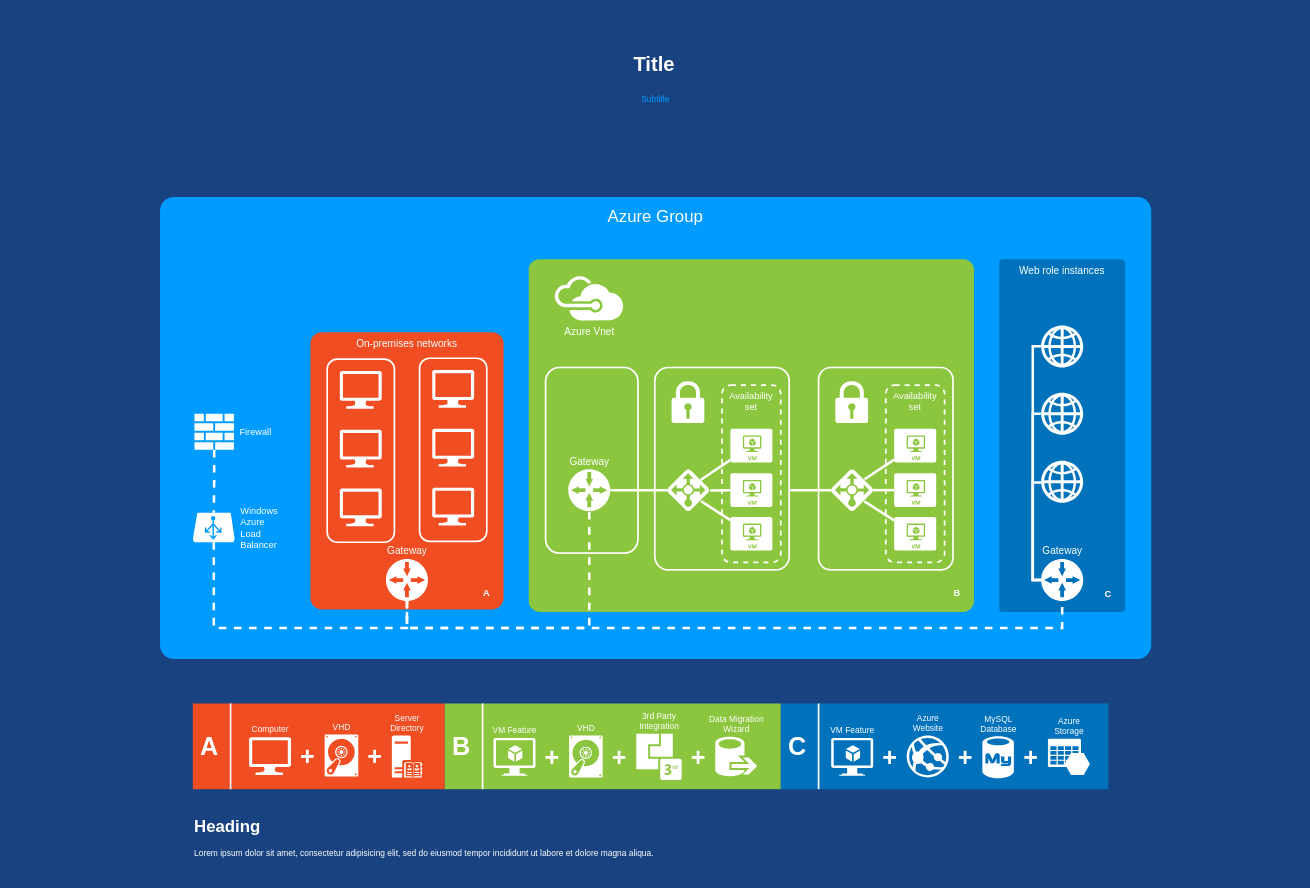
Earlier version of the draw.io diagram Architecture Diagram.drawio (BilalAsad96/joblogic1). Source tidied: cells renumbered, new cells numbered last; positions are measured from the earlier drawing's top-left corner, leaving out a move shared by most shapes. Both pictures are drawn from the tidied source at 84%, with x=0, y=0 at pixel (14, 48).
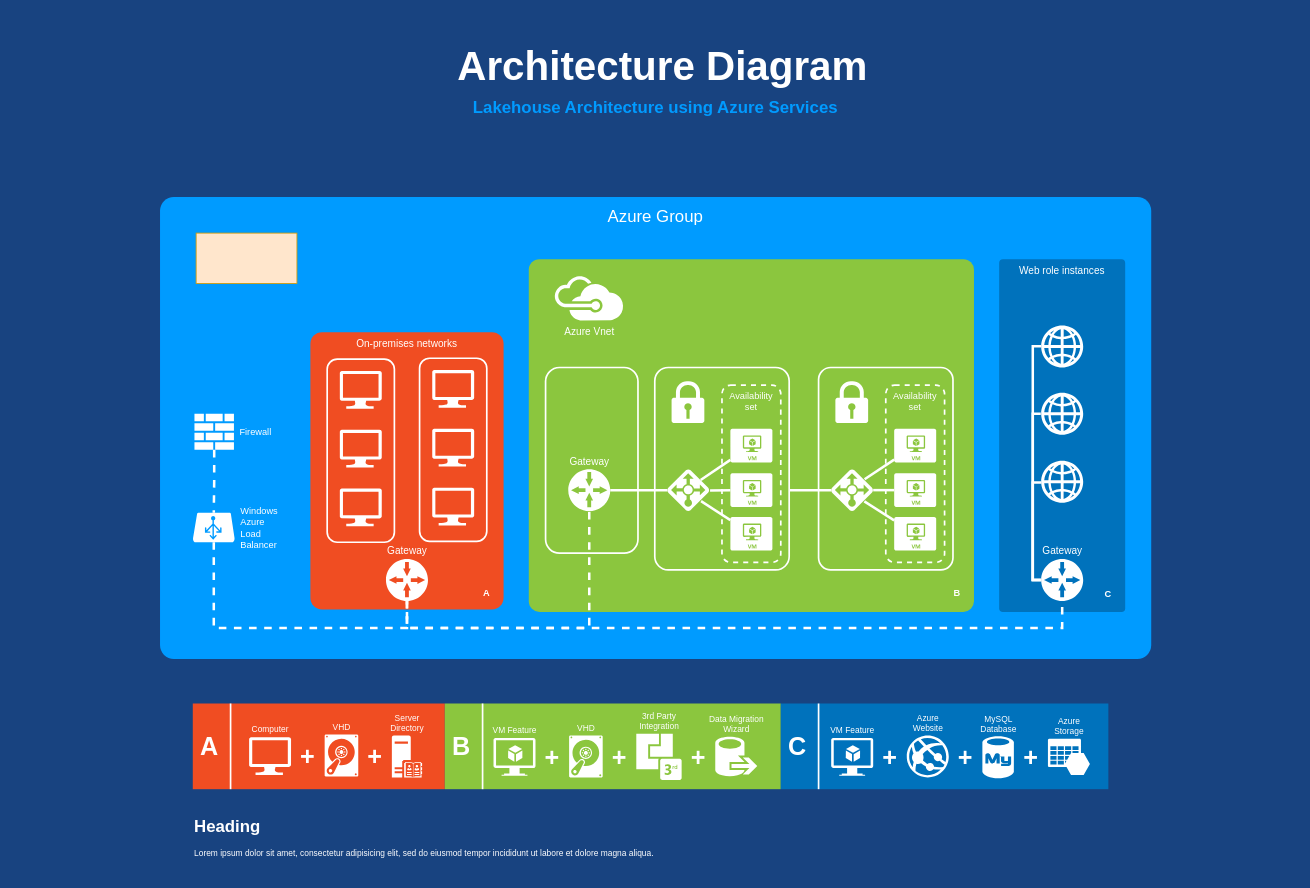
After the change.

What changed in the source:
```diff
@@
-    <mxCell id="83" value="Title" style="text;strokeColor=none;fillColor=none;html=1;fontSize=24;fontStyle=1;verticalAlign=middle;align=center;rounded=0;shadow=0;fontColor=#FFFFFF;" parent="1" vertex="1">
-      <mxGeometry x="6" width="1510" height="40" as="geometry" />
+    <mxCell id="83" value="&lt;h1&gt;Architecture Diagram&lt;/h1&gt;" style="text;strokeColor=none;fillColor=none;html=1;fontSize=24;fontStyle=1;verticalAlign=middle;align=center;rounded=0;shadow=0;fontColor=#FFFFFF;" parent="1" vertex="1">
+      <mxGeometry x="16" y="20" width="1510" as="geometry" />
     </mxCell>
-    <mxCell id="84" value="Subtitle" style="text;html=1;strokeColor=none;fillColor=none;align=center;verticalAlign=middle;whiteSpace=wrap;rounded=0;shadow=0;fontSize=10;fontColor=#009BFF;" parent="1" vertex="1">
-      <mxGeometry y="50" width="1526" height="20" as="geometry" />
+    <mxCell id="84" value="&lt;h1&gt;&lt;font&gt;Lakehouse Architecture using Azure Services&lt;/font&gt;&lt;/h1&gt;" style="text;html=1;strokeColor=none;fillColor=none;align=center;verticalAlign=middle;whiteSpace=wrap;rounded=0;shadow=0;fontSize=10;fontColor=#009BFF;" parent="1" vertex="1">
+      <mxGeometry y="50" width="1526" height="40" as="geometry" />
     </mxCell>
@@
+    <mxCell id="87" style="rounded=0;whiteSpace=wrap;html=1;fillColor=#ffe6cc;strokeColor=#d79b00;" parent="1" vertex="1">
+      <mxGeometry x="216" y="220" width="120" height="60" as="geometry" />
+    </mxCell>
```
